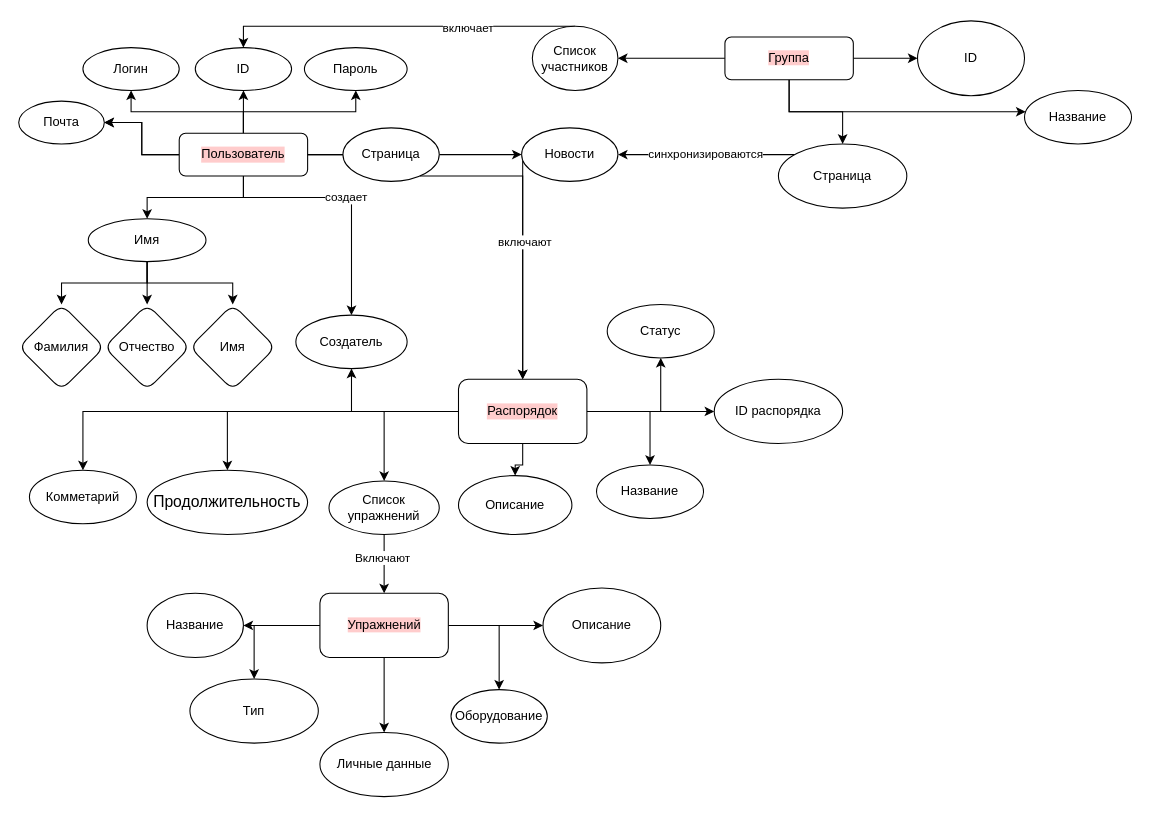
Above: Untitled Diagram.drawio in Maybenex1ime/Web_Project_Autumn_2021 (draw.io), before the change. Source tidied: cells renumbered, new cells numbered last; positions are measured from the earlier drawing's top-left corner, leaving out a move shared by most shapes. Both pictures are drawn from the tidied source at 107%, with x=0, y=0 at pixel (18, 20).
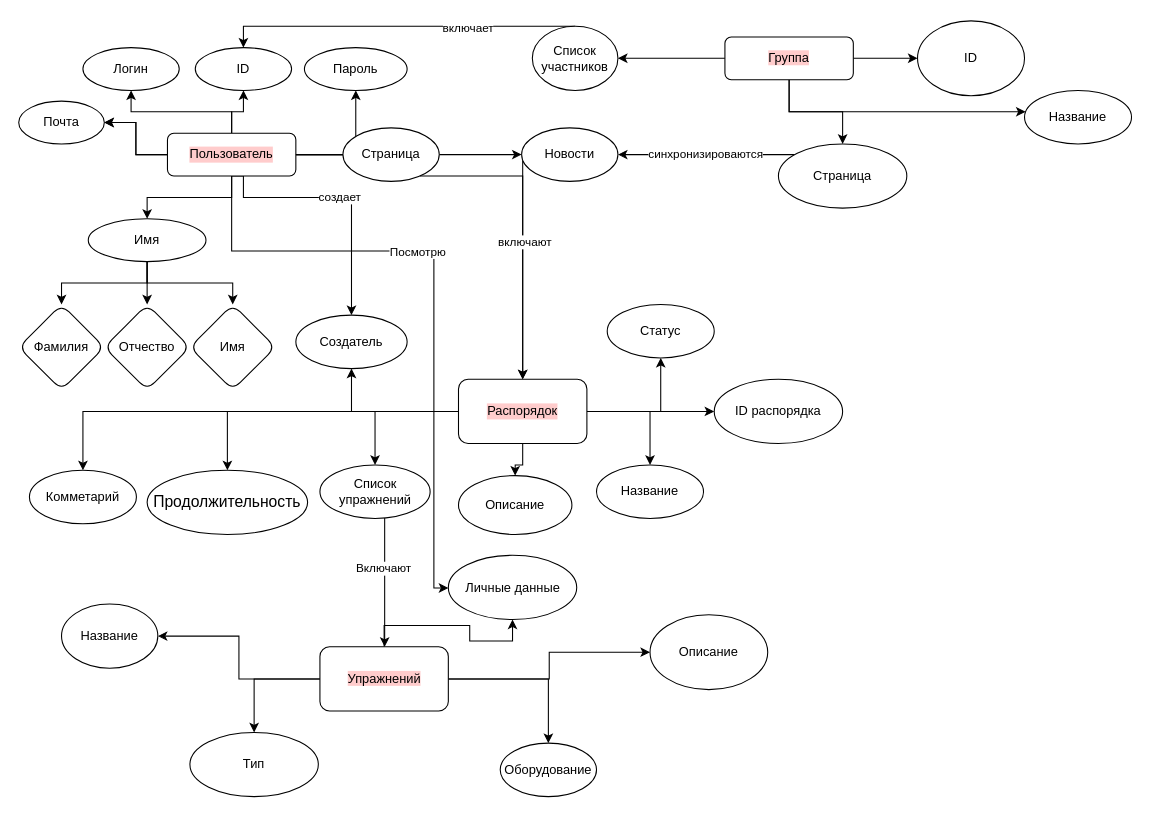
Above is the later version.

What changed in the source:
```diff
@@
+    <mxCell id="71" style="edgeStyle=orthogonalEdgeStyle;rounded=0;jettySize=auto;html=1;" parent="1" edge="1" source="11" target="59">
+      <mxGeometry relative="1" as="geometry">
+        <Array as="points">
+          <mxPoint x="199" y="215" />
+          <mxPoint x="388" y="215" />
+          <mxPoint x="388" y="530" />
+        </Array>
+      </mxGeometry>
+    </mxCell>
+    <mxCell id="72" value="Посмотрю&lt;br&gt;" style="edgeLabel;html=1;align=center;verticalAlign=middle;" parent="71" vertex="1">
+      <mxGeometry x="-0.29" y="3" relative="1" as="geometry">
+        <mxPoint x="34" y="3" as="offset" />
+      </mxGeometry>
+    </mxCell>
     <mxCell id="11" value="Пользователь" style="rounded=1;whiteSpace=wrap;html=1;fontSize=12;glass=0;strokeWidth=1;shadow=0;fontColor=#000000;labelBackgroundColor=#FFCCCC;" parent="1" vertex="1">
-      <mxGeometry x="150" y="105" width="120" height="40" as="geometry" />
+      <mxGeometry x="139" y="105" width="120" height="40" as="geometry" />
     </mxCell>
@@
     <mxCell id="45" value="Список упражнений" style="ellipse;whiteSpace=wrap;html=1;labelBackgroundColor=none;fontColor=#000000;" parent="1" vertex="1">
-      <mxGeometry x="290" y="430" width="103" height="50" as="geometry" />
+      <mxGeometry x="281.5" y="415" width="103" height="50" as="geometry" />
     </mxCell>
@@
     <mxCell id="54" value="&lt;span style=&quot;background-color: rgb(255 , 204 , 204)&quot;&gt;Упражнений&lt;/span&gt;" style="rounded=1;whiteSpace=wrap;html=1;labelBackgroundColor=none;fontColor=#000000;" parent="1" vertex="1">
-      <mxGeometry x="281.5" y="535" width="120" height="60" as="geometry" />
+      <mxGeometry x="281.5" y="585" width="120" height="60" as="geometry" />
     </mxCell>
     <mxCell id="55" value="Название" style="ellipse;whiteSpace=wrap;html=1;labelBackgroundColor=none;fontColor=#000000;" parent="1" vertex="1">
-      <mxGeometry x="120" y="535" width="90" height="60" as="geometry" />
+      <mxGeometry x="40" y="545" width="90" height="60" as="geometry" />
     </mxCell>
     <mxCell id="56" value="Тип" style="ellipse;whiteSpace=wrap;html=1;rounded=1;fontColor=#000000;" parent="1" vertex="1">
-      <mxGeometry x="160" y="615" width="120" height="60" as="geometry" />
+      <mxGeometry x="160" y="665" width="120" height="60" as="geometry" />
     </mxCell>
     <mxCell id="57" value="Оборудование" style="ellipse;whiteSpace=wrap;html=1;labelBackgroundColor=none;fontColor=#000000;" parent="1" vertex="1">
-      <mxGeometry x="404" y="625" width="90" height="50" as="geometry" />
+      <mxGeometry x="450" y="675" width="90" height="50" as="geometry" />
     </mxCell>
     <mxCell id="58" value="Описание" style="ellipse;whiteSpace=wrap;html=1;labelBackgroundColor=none;fontColor=#000000;" parent="1" vertex="1">
-      <mxGeometry x="490" y="530" width="110" height="70" as="geometry" />
+      <mxGeometry x="590" y="555" width="110" height="70" as="geometry" />
     </mxCell>
     <mxCell id="59" value="Личные данные" style="ellipse;whiteSpace=wrap;html=1;labelBackgroundColor=none;fontColor=#000000;" parent="1" vertex="1">
-      <mxGeometry x="281.5" y="665" width="120" height="60" as="geometry" />
+      <mxGeometry x="401.5" y="499.5" width="120" height="60" as="geometry" />
     </mxCell>
```
